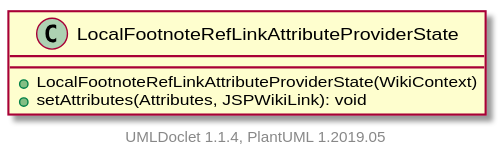
apache/jspwiki-site keeps this PlantUML diagram as apidocs/2.11.0.M7-SNAPSHOT/org/apache/wiki/markdown/extensions/jspwikilinks/attributeprovider/LocalFootnoteRefLinkAttributeProviderState.svg. Above is the earlier version.
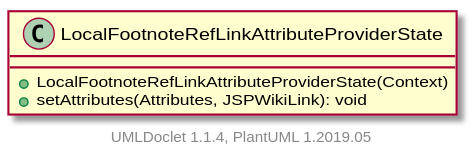
The same diagram one commit later.

Change to the diagram source:
```diff
@@ -1,7 +1,7 @@
 @startuml
 
     class LocalFootnoteRefLinkAttributeProviderState [[LocalFootnoteRefLinkAttributeProviderState.html]] {
-        +LocalFootnoteRefLinkAttributeProviderState(WikiContext)
+        +LocalFootnoteRefLinkAttributeProviderState(Context)
         +setAttributes(Attributes, JSPWikiLink): void
     }
 
```
